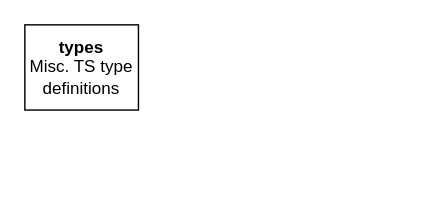
Before: doc/modules.drawio in denis-migdal-WebLibs/MiscWebLib, a draw.io diagram. Source tidied: cells renumbered, new cells numbered last; positions are measured from the earlier drawing's top-left corner, leaving out a move shared by most shapes. Both pictures are drawn from the tidied source at 142%, with x=0, y=0 at pixel (24, 24).
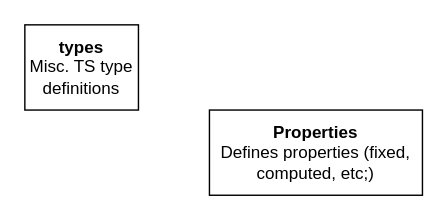
Above is the later version.

Change to the diagram source:
```diff
@@
 <mxGraphModel>
   <root>
     <mxCell id="0" />
     <mxCell id="1" parent="0" />
     <mxCell id="2" value="&lt;b&gt;types&lt;/b&gt;&lt;div&gt;Misc. TS type definitions&lt;/div&gt;" style="rounded=0;whiteSpace=wrap;html=1;" parent="1" vertex="1">
       <mxGeometry width="80" height="60" as="geometry" />
     </mxCell>
+    <mxCell id="3" value="&lt;b&gt;Properties&lt;/b&gt;&lt;br&gt;&lt;div&gt;Defines properties (fixed, computed, etc;)&lt;/div&gt;" style="rounded=0;whiteSpace=wrap;html=1;" parent="1" vertex="1">
+      <mxGeometry x="130" y="60" width="150" height="60" as="geometry" />
+    </mxCell>
   </root>
 </mxGraphModel>
```
